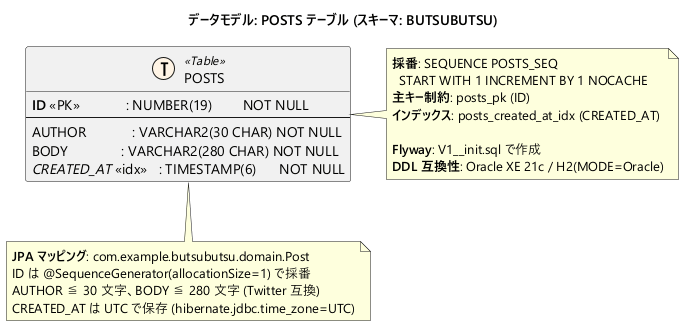
This is docs/diagrams/er-posts.png from meiji26hhhh/tsubuyaki-board, a PlantUML export, as it was before one commit. Source of this version:
```plantuml
@startuml er-posts
title データモデル: POSTS テーブル (スキーマ: BUTSUBUTSU)

skinparam shadowing false
skinparam defaultFontName "Yu Gothic UI"
skinparam linetype ortho

!define TABLE(name) entity name << (T,#FFF4E5) Table >>
!define PK(name) <b>name</b> <<PK>>
!define IDX(name) <i>name</i> <<idx>>

TABLE(POSTS) {
  PK(ID)            : NUMBER(19)        NOT NULL
  --
  AUTHOR            : VARCHAR2(30 CHAR) NOT NULL
  BODY              : VARCHAR2(280 CHAR) NOT NULL
  IDX(CREATED_AT)   : TIMESTAMP(6)      NOT NULL
}

note right of POSTS
  **採番**: SEQUENCE POSTS_SEQ
    START WITH 1 INCREMENT BY 1 NOCACHE
  **主キー制約**: posts_pk (ID)
  **インデックス**: posts_created_at_idx (CREATED_AT)

  **Flyway**: V1__init.sql で作成
  **DDL 互換性**: Oracle XE 21c / H2(MODE=Oracle)
end note

note bottom of POSTS
  **JPA マッピング**: com.example.butsubutsu.domain.Post
  ID は @SequenceGenerator(allocationSize=1) で採番
  AUTHOR ≦ 30 文字、BODY ≦ 280 文字 (Twitter 互換)
  CREATED_AT は UTC で保存 (hibernate.jdbc.time_zone=UTC)
end note

@enduml
```
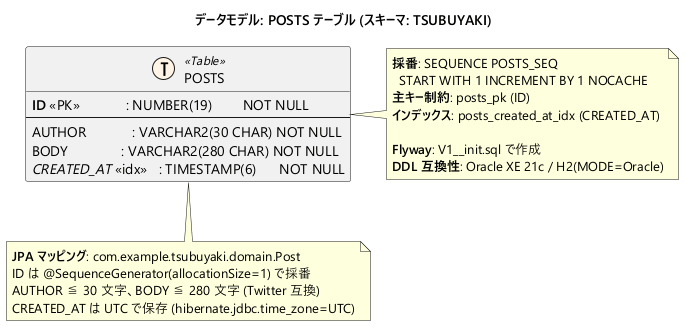
The same file after the commit.

Change to the diagram source:
```diff
@@ -1,5 +1,5 @@
 @startuml er-posts
-title データモデル: POSTS テーブル (スキーマ: BUTSUBUTSU)
+title データモデル: POSTS テーブル (スキーマ: TSUBUYAKI)
 
 skinparam shadowing false
 skinparam defaultFontName "Yu Gothic UI"
@@ -28,7 +28,7 @@
 end note
 
 note bottom of POSTS
-  **JPA マッピング**: com.example.butsubutsu.domain.Post
+  **JPA マッピング**: com.example.tsubuyaki.domain.Post
   ID は @SequenceGenerator(allocationSize=1) で採番
   AUTHOR ≦ 30 文字、BODY ≦ 280 文字 (Twitter 互換)
   CREATED_AT は UTC で保存 (hibernate.jdbc.time_zone=UTC)
```
